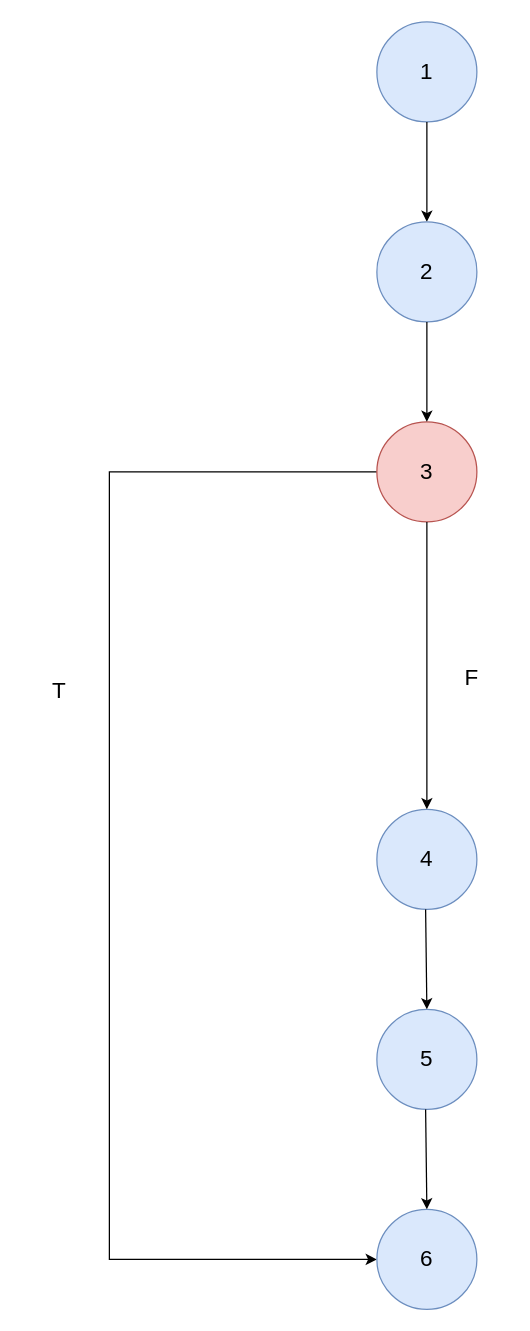
Earlier version of the draw.io diagram ContorDesenv/Grafos/grafo1.drawio (RubenAC1999/Clase). Source tidied: cells renumbered, new cells numbered last; positions are measured from the earlier drawing's top-left corner, leaving out a move shared by most shapes. Both pictures are drawn from the tidied source at 125%, with x=0, y=0 at pixel (21, 21).
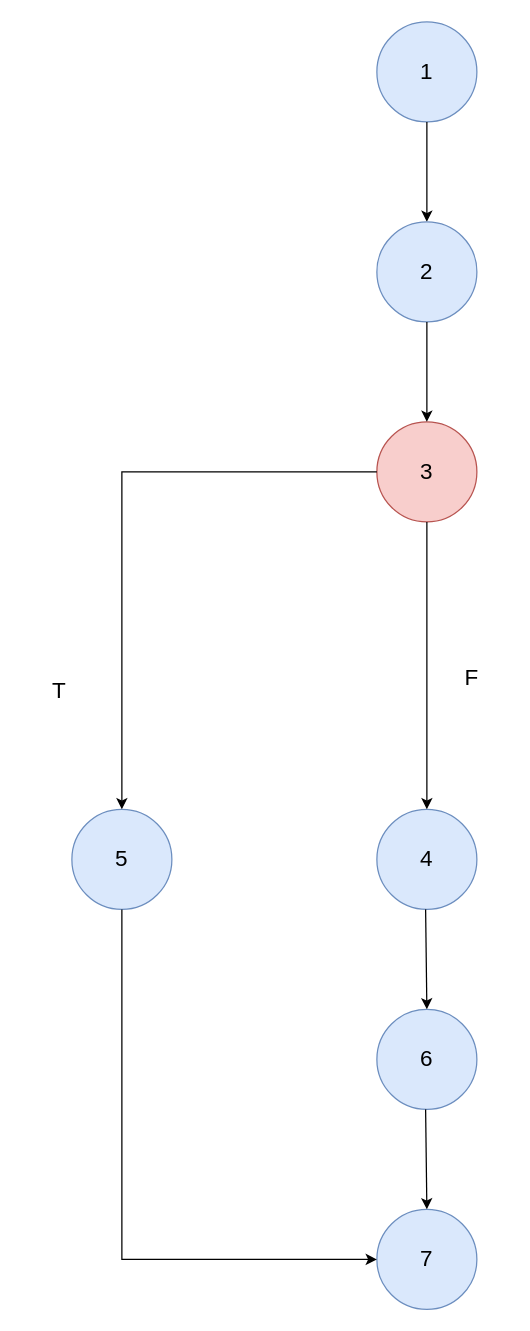
After the change.

The change refers to these unchanged cells:
```xml
<mxCell id="6" value="&lt;font style=&quot;font-size: 18px;&quot;&gt;3&lt;/font&gt;" style="ellipse;whiteSpace=wrap;html=1;fillColor=#f8cecc;strokeColor=#b85450;" parent="1" vertex="1">
  <mxGeometry x="284" y="320" width="80" height="80" as="geometry" />
</mxCell>
```

Change to the diagram source:
```diff
@@
-    <mxCell id="2" style="endArrow=classic;html=1;rounded=0;exitX=0;exitY=0.5;exitDx=0;exitDy=0;entryX=0;entryY=0.5;entryDx=0;entryDy=0;" parent="1" edge="1" source="6" target="7">
-      <mxGeometry relative="1" as="geometry">
-        <Array as="points">
-          <mxPoint x="70" y="360" />
-          <mxPoint x="70" y="990" />
-        </Array>
-      </mxGeometry>
-    </mxCell>
@@
-    <mxCell id="7" value="&lt;font style=&quot;font-size: 18px;&quot;&gt;6&lt;/font&gt;" style="ellipse;whiteSpace=wrap;html=1;fillColor=#dae8fc;strokeColor=#6c8ebf;" parent="1" vertex="1">
+    <mxCell id="7" value="&lt;font style=&quot;font-size: 18px;&quot;&gt;7&lt;/font&gt;" style="ellipse;whiteSpace=wrap;html=1;fillColor=#dae8fc;strokeColor=#6c8ebf;" parent="1" vertex="1">
       <mxGeometry x="284" y="950" width="80" height="80" as="geometry" />
     </mxCell>
@@
-    <mxCell id="9" value="&lt;span style=&quot;font-size: 18px;&quot;&gt;5&lt;/span&gt;" style="ellipse;whiteSpace=wrap;html=1;fillColor=#dae8fc;strokeColor=#6c8ebf;" parent="1" vertex="1">
+    <mxCell id="9" value="&lt;span style=&quot;font-size: 18px;&quot;&gt;6&lt;/span&gt;" style="ellipse;whiteSpace=wrap;html=1;fillColor=#dae8fc;strokeColor=#6c8ebf;" parent="1" vertex="1">
       <mxGeometry x="284" y="790" width="80" height="80" as="geometry" />
     </mxCell>
@@
+    <mxCell id="16" value="&lt;font style=&quot;font-size: 18px;&quot;&gt;5&lt;/font&gt;" style="ellipse;whiteSpace=wrap;html=1;fillColor=#dae8fc;strokeColor=#6c8ebf;" parent="1" vertex="1">
+      <mxGeometry x="40" y="630" width="80" height="80" as="geometry" />
+    </mxCell>
+    <mxCell id="17" style="endArrow=classic;html=1;rounded=0;exitX=0;exitY=0.5;exitDx=0;exitDy=0;entryX=0.5;entryY=0;entryDx=0;entryDy=0;" parent="1" edge="1" source="6" target="16">
+      <mxGeometry relative="1" as="geometry">
+        <Array as="points">
+          <mxPoint x="80" y="360" />
+        </Array>
+      </mxGeometry>
+    </mxCell>
+    <mxCell id="18" style="endArrow=classic;html=1;rounded=0;exitX=0.5;exitY=1;exitDx=0;exitDy=0;entryX=0;entryY=0.5;entryDx=0;entryDy=0;" parent="1" edge="1" source="16" target="7">
+      <mxGeometry relative="1" as="geometry">
+        <Array as="points">
+          <mxPoint x="80" y="990" />
+        </Array>
+      </mxGeometry>
+    </mxCell>
```
